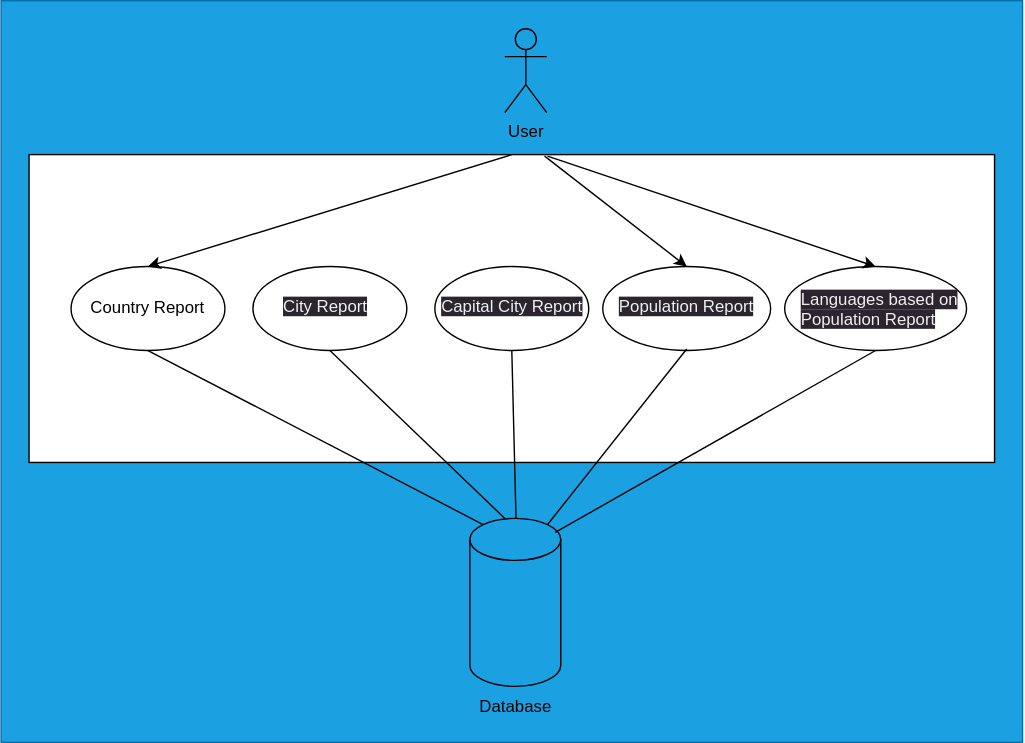
This is use-cases/use-case-diagram.svg from jamieyoung5/SWM-F, a draw.io export, as it was before one commit. Source tidied: cells renumbered, new cells last; positions are measured from the earlier drawing's top-left corner, leaving out a move shared by most shapes. The source it was exported from:
```xml
<mxGraphModel>
  <root>
    <mxCell id="0" />
    <mxCell id="1" parent="0" />
    <mxCell id="2" style="rounded=0;whiteSpace=wrap;html=1;fillColor=#1ba1e2;strokeColor=#006EAF;fontColor=#ffffff;" parent="1" vertex="1">
      <mxGeometry width="730" height="530" as="geometry" />
    </mxCell>
    <mxCell id="3" value="User" style="shape=umlActor;verticalLabelPosition=bottom;verticalAlign=top;html=1;fillColor=none;strokeColor=#000000;" parent="1" vertex="1">
      <mxGeometry x="360" y="20" width="30" height="60" as="geometry" />
    </mxCell>
    <mxCell id="4" style="edgeStyle=none;html=1;exitX=0.5;exitY=0;exitDx=0;exitDy=0;entryX=0.5;entryY=0;entryDx=0;entryDy=0;" parent="1" edge="1" source="6" target="9">
      <mxGeometry relative="1" as="geometry" />
    </mxCell>
    <mxCell id="5" style="edgeStyle=none;html=1;entryX=0.5;entryY=0;entryDx=0;entryDy=0;" parent="1" edge="1" target="10">
      <mxGeometry relative="1" as="geometry">
        <mxPoint x="365" y="110" as="sourcePoint" />
      </mxGeometry>
    </mxCell>
    <mxCell id="6" style="rounded=0;whiteSpace=wrap;html=1;" parent="1" vertex="1">
      <mxGeometry x="20" y="110" width="690" height="220" as="geometry" />
    </mxCell>
    <mxCell id="7" style="shape=cylinder3;whiteSpace=wrap;html=1;boundedLbl=1;backgroundOutline=1;size=15;fillColor=none;strokeColor=#000000;" parent="1" vertex="1">
      <mxGeometry x="335" y="370" width="65" height="120" as="geometry" />
    </mxCell>
    <mxCell id="8" style="ellipse;whiteSpace=wrap;html=1;fillColor=none;" parent="1" vertex="1">
      <mxGeometry x="50" y="190" width="110" height="60" as="geometry" />
    </mxCell>
    <mxCell id="9" style="ellipse;whiteSpace=wrap;html=1;fillColor=none;" parent="1" vertex="1">
      <mxGeometry x="180" y="190" width="110" height="60" as="geometry" />
    </mxCell>
    <mxCell id="10" style="ellipse;whiteSpace=wrap;html=1;fillColor=none;" parent="1" vertex="1">
      <mxGeometry x="310" y="190" width="110" height="60" as="geometry" />
    </mxCell>
    <mxCell id="11" style="ellipse;whiteSpace=wrap;html=1;fillColor=none;" parent="1" vertex="1">
      <mxGeometry x="430" y="190" width="120" height="60" as="geometry" />
    </mxCell>
    <mxCell id="12" style="ellipse;whiteSpace=wrap;html=1;fillColor=none;" parent="1" vertex="1">
      <mxGeometry x="560" y="190" width="130" height="60" as="geometry" />
    </mxCell>
    <mxCell id="13" style="endArrow=classic;html=1;entryX=0.5;entryY=0;entryDx=0;entryDy=0;exitX=0.5;exitY=0;exitDx=0;exitDy=0;" parent="1" edge="1" source="6" target="8">
      <mxGeometry relative="1" as="geometry" />
    </mxCell>
    <mxCell id="14" style="endArrow=classic;html=1;entryX=0.5;entryY=0;entryDx=0;entryDy=0;exitX=0.537;exitY=0.005;exitDx=0;exitDy=0;exitPerimeter=0;" parent="1" edge="1" source="6" target="12">
      <mxGeometry relative="1" as="geometry" />
    </mxCell>
    <mxCell id="15" style="endArrow=classic;html=1;entryX=0.5;entryY=0;entryDx=0;entryDy=0;exitX=0.534;exitY=0.005;exitDx=0;exitDy=0;exitPerimeter=0;" parent="1" edge="1" source="6" target="11">
      <mxGeometry relative="1" as="geometry" />
    </mxCell>
    <mxCell id="16" style="endArrow=none;html=1;entryX=0.5;entryY=1;entryDx=0;entryDy=0;exitX=0.145;exitY=0;exitDx=0;exitDy=4.35;exitPerimeter=0;" parent="1" edge="1" source="7" target="8">
      <mxGeometry relative="1" as="geometry" />
    </mxCell>
    <mxCell id="17" style="endArrow=none;html=1;entryX=0.5;entryY=1;entryDx=0;entryDy=0;" parent="1" edge="1" target="9">
      <mxGeometry relative="1" as="geometry">
        <mxPoint x="360" y="370" as="sourcePoint" />
      </mxGeometry>
    </mxCell>
    <mxCell id="18" style="endArrow=none;html=1;entryX=0.5;entryY=1;entryDx=0;entryDy=0;" parent="1" edge="1" target="10">
      <mxGeometry relative="1" as="geometry">
        <mxPoint x="368" y="370" as="sourcePoint" />
      </mxGeometry>
    </mxCell>
    <mxCell id="19" style="endArrow=none;html=1;entryX=0.5;entryY=1;entryDx=0;entryDy=0;exitX=0.855;exitY=0;exitDx=0;exitDy=4.35;exitPerimeter=0;" parent="1" edge="1" source="7">
      <mxGeometry relative="1" as="geometry">
        <mxPoint x="490" y="249" as="targetPoint" />
      </mxGeometry>
    </mxCell>
    <mxCell id="20" style="endArrow=none;html=1;entryX=0.5;entryY=1;entryDx=0;entryDy=0;" parent="1" edge="1" target="12">
      <mxGeometry relative="1" as="geometry">
        <mxPoint x="396" y="380" as="sourcePoint" />
      </mxGeometry>
    </mxCell>
    <mxCell id="21" value="Database" style="text;html=1;strokeColor=none;fillColor=none;align=center;verticalAlign=middle;whiteSpace=wrap;rounded=0;" parent="1" vertex="1">
      <mxGeometry x="337.5" y="490" width="60" height="30" as="geometry" />
    </mxCell>
    <mxCell id="22" value="Country Report" style="text;html=1;strokeColor=none;fillColor=none;align=center;verticalAlign=middle;whiteSpace=wrap;rounded=0;" parent="1" vertex="1">
      <mxGeometry x="50" y="205" width="110" height="30" as="geometry" />
    </mxCell>
    <mxCell id="23" value="&lt;span style=&quot;color: rgb(240, 240, 240); font-family: Helvetica; font-size: 12px; font-style: normal; font-variant-ligatures: normal; font-variant-caps: normal; font-weight: 400; letter-spacing: normal; orphans: 2; text-align: center; text-indent: 0px; text-transform: none; widows: 2; word-spacing: 0px; -webkit-text-stroke-width: 0px; background-color: rgb(42, 37, 47); text-decoration-thickness: initial; text-decoration-style: initial; text-decoration-color: initial; float: none; display: inline !important;&quot;&gt;City Report&lt;br&gt;&lt;br&gt;&lt;/span&gt;" style="text;whiteSpace=wrap;html=1;" parent="1" vertex="1">
      <mxGeometry x="200" y="205" width="110" height="40" as="geometry" />
    </mxCell>
    <mxCell id="24" value="&lt;span style=&quot;color: rgb(240, 240, 240); font-family: Helvetica; font-size: 12px; font-style: normal; font-variant-ligatures: normal; font-variant-caps: normal; font-weight: 400; letter-spacing: normal; orphans: 2; text-align: center; text-indent: 0px; text-transform: none; widows: 2; word-spacing: 0px; -webkit-text-stroke-width: 0px; background-color: rgb(42, 37, 47); text-decoration-thickness: initial; text-decoration-style: initial; text-decoration-color: initial; float: none; display: inline !important;&quot;&gt;Capital City Report&lt;/span&gt;" style="text;whiteSpace=wrap;html=1;" parent="1" vertex="1">
      <mxGeometry x="312.5" y="205" width="110" height="40" as="geometry" />
    </mxCell>
    <mxCell id="25" value="&lt;span style=&quot;color: rgb(240, 240, 240); font-family: Helvetica; font-size: 12px; font-style: normal; font-variant-ligatures: normal; font-variant-caps: normal; font-weight: 400; letter-spacing: normal; orphans: 2; text-align: center; text-indent: 0px; text-transform: none; widows: 2; word-spacing: 0px; -webkit-text-stroke-width: 0px; background-color: rgb(42, 37, 47); text-decoration-thickness: initial; text-decoration-style: initial; text-decoration-color: initial; float: none; display: inline !important;&quot;&gt;Population Report&lt;/span&gt;" style="text;whiteSpace=wrap;html=1;" parent="1" vertex="1">
      <mxGeometry x="440" y="205" width="130" height="40" as="geometry" />
    </mxCell>
    <mxCell id="26" value="&lt;span style=&quot;color: rgb(240, 240, 240); font-family: Helvetica; font-size: 12px; font-style: normal; font-variant-ligatures: normal; font-variant-caps: normal; font-weight: 400; letter-spacing: normal; orphans: 2; text-align: center; text-indent: 0px; text-transform: none; widows: 2; word-spacing: 0px; -webkit-text-stroke-width: 0px; background-color: rgb(42, 37, 47); text-decoration-thickness: initial; text-decoration-style: initial; text-decoration-color: initial; float: none; display: inline !important;&quot;&gt;Languages based on Population Report&lt;/span&gt;" style="text;whiteSpace=wrap;html=1;" parent="1" vertex="1">
      <mxGeometry x="570" y="200" width="130" height="40" as="geometry" />
    </mxCell>
  </root>
</mxGraphModel>
```
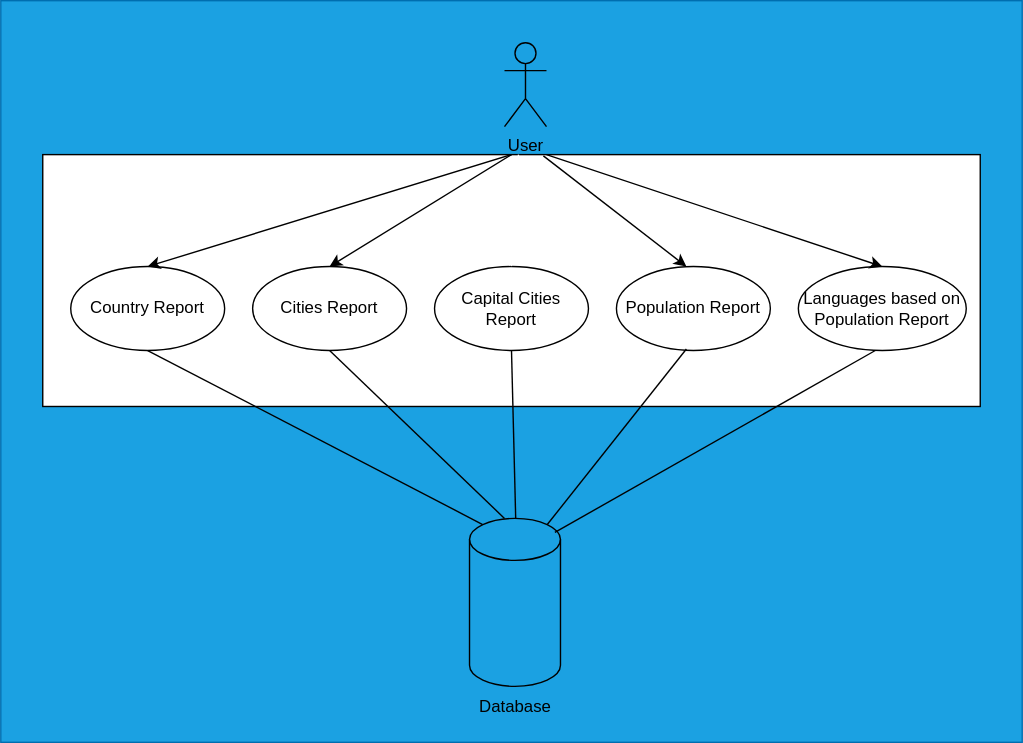
Above is the later version.

What changed in the source:
```diff
@@ -6,18 +6,18 @@
       <mxGeometry width="730" height="530" as="geometry" />
     </mxCell>
     <mxCell id="3" value="User" style="shape=umlActor;verticalLabelPosition=bottom;verticalAlign=top;html=1;fillColor=none;strokeColor=#000000;" parent="1" vertex="1">
-      <mxGeometry x="360" y="20" width="30" height="60" as="geometry" />
+      <mxGeometry x="360" y="30" width="30" height="60" as="geometry" />
     </mxCell>
-    <mxCell id="4" style="edgeStyle=none;html=1;exitX=0.5;exitY=0;exitDx=0;exitDy=0;entryX=0.5;entryY=0;entryDx=0;entryDy=0;" parent="1" edge="1" source="6" target="9">
-      <mxGeometry relative="1" as="geometry" />
+    <mxCell id="4" style="edgeStyle=none;html=1;exitX=0.5;exitY=0;exitDx=0;exitDy=0;entryX=0.5;entryY=0;entryDx=0;entryDy=0;" parent="1" edge="1" source="6">
+      <mxGeometry relative="1" as="geometry">
+        <mxPoint x="235" y="190" as="targetPoint" />
+      </mxGeometry>
     </mxCell>
-    <mxCell id="5" style="edgeStyle=none;html=1;entryX=0.5;entryY=0;entryDx=0;entryDy=0;" parent="1" edge="1" target="10">
-      <mxGeometry relative="1" as="geometry">
-        <mxPoint x="365" y="110" as="sourcePoint" />
-      </mxGeometry>
-    </mxCell>
+    <mxCell id="27" style="edgeStyle=none;html=1;exitX=0.5;exitY=0;exitDx=0;exitDy=0;entryX=0.5;entryY=0;entryDx=0;entryDy=0;" parent="1" edge="1" source="6" target="29">
+      <mxGeometry relative="1" as="geometry" />
+    </mxCell>
     <mxCell id="6" style="rounded=0;whiteSpace=wrap;html=1;" parent="1" vertex="1">
-      <mxGeometry x="20" y="110" width="690" height="220" as="geometry" />
+      <mxGeometry x="30" y="110" width="670" height="180" as="geometry" />
     </mxCell>
     <mxCell id="7" style="shape=cylinder3;whiteSpace=wrap;html=1;boundedLbl=1;backgroundOutline=1;size=15;fillColor=none;strokeColor=#000000;" parent="1" vertex="1">
       <mxGeometry x="335" y="370" width="65" height="120" as="geometry" />
@@ -25,38 +25,27 @@
     <mxCell id="8" style="ellipse;whiteSpace=wrap;html=1;fillColor=none;" parent="1" vertex="1">
       <mxGeometry x="50" y="190" width="110" height="60" as="geometry" />
     </mxCell>
-    <mxCell id="9" style="ellipse;whiteSpace=wrap;html=1;fillColor=none;" parent="1" vertex="1">
-      <mxGeometry x="180" y="190" width="110" height="60" as="geometry" />
-    </mxCell>
-    <mxCell id="10" style="ellipse;whiteSpace=wrap;html=1;fillColor=none;" parent="1" vertex="1">
-      <mxGeometry x="310" y="190" width="110" height="60" as="geometry" />
-    </mxCell>
-    <mxCell id="11" style="ellipse;whiteSpace=wrap;html=1;fillColor=none;" parent="1" vertex="1">
-      <mxGeometry x="430" y="190" width="120" height="60" as="geometry" />
-    </mxCell>
-    <mxCell id="12" style="ellipse;whiteSpace=wrap;html=1;fillColor=none;" parent="1" vertex="1">
-      <mxGeometry x="560" y="190" width="130" height="60" as="geometry" />
-    </mxCell>
     <mxCell id="13" style="endArrow=classic;html=1;entryX=0.5;entryY=0;entryDx=0;entryDy=0;exitX=0.5;exitY=0;exitDx=0;exitDy=0;" parent="1" edge="1" source="6" target="8">
       <mxGeometry relative="1" as="geometry" />
     </mxCell>
-    <mxCell id="14" style="endArrow=classic;html=1;entryX=0.5;entryY=0;entryDx=0;entryDy=0;exitX=0.537;exitY=0.005;exitDx=0;exitDy=0;exitPerimeter=0;" parent="1" edge="1" source="6" target="12">
-      <mxGeometry relative="1" as="geometry" />
-    </mxCell>
-    <mxCell id="15" style="endArrow=classic;html=1;entryX=0.5;entryY=0;entryDx=0;entryDy=0;exitX=0.534;exitY=0.005;exitDx=0;exitDy=0;exitPerimeter=0;" parent="1" edge="1" source="6" target="11">
-      <mxGeometry relative="1" as="geometry" />
+    <mxCell id="15" style="endArrow=classic;html=1;entryX=0.5;entryY=0;entryDx=0;entryDy=0;exitX=0.534;exitY=0.005;exitDx=0;exitDy=0;exitPerimeter=0;" parent="1" edge="1" source="6">
+      <mxGeometry relative="1" as="geometry">
+        <mxPoint x="490" y="190" as="targetPoint" />
+      </mxGeometry>
     </mxCell>
     <mxCell id="16" style="endArrow=none;html=1;entryX=0.5;entryY=1;entryDx=0;entryDy=0;exitX=0.145;exitY=0;exitDx=0;exitDy=4.35;exitPerimeter=0;" parent="1" edge="1" source="7" target="8">
       <mxGeometry relative="1" as="geometry" />
     </mxCell>
-    <mxCell id="17" style="endArrow=none;html=1;entryX=0.5;entryY=1;entryDx=0;entryDy=0;" parent="1" edge="1" target="9">
+    <mxCell id="17" style="endArrow=none;html=1;entryX=0.5;entryY=1;entryDx=0;entryDy=0;" parent="1" edge="1">
       <mxGeometry relative="1" as="geometry">
         <mxPoint x="360" y="370" as="sourcePoint" />
+        <mxPoint x="235" y="250" as="targetPoint" />
       </mxGeometry>
     </mxCell>
-    <mxCell id="18" style="endArrow=none;html=1;entryX=0.5;entryY=1;entryDx=0;entryDy=0;" parent="1" edge="1" target="10">
+    <mxCell id="18" style="endArrow=none;html=1;entryX=0.5;entryY=1;entryDx=0;entryDy=0;" parent="1" edge="1">
       <mxGeometry relative="1" as="geometry">
         <mxPoint x="368" y="370" as="sourcePoint" />
+        <mxPoint x="365" y="250" as="targetPoint" />
       </mxGeometry>
     </mxCell>
     <mxCell id="19" style="endArrow=none;html=1;entryX=0.5;entryY=1;entryDx=0;entryDy=0;exitX=0.855;exitY=0;exitDx=0;exitDy=4.35;exitPerimeter=0;" parent="1" edge="1" source="7">
@@ -64,9 +53,10 @@
         <mxPoint x="490" y="249" as="targetPoint" />
       </mxGeometry>
     </mxCell>
-    <mxCell id="20" style="endArrow=none;html=1;entryX=0.5;entryY=1;entryDx=0;entryDy=0;" parent="1" edge="1" target="12">
+    <mxCell id="20" style="endArrow=none;html=1;entryX=0.5;entryY=1;entryDx=0;entryDy=0;" parent="1" edge="1">
       <mxGeometry relative="1" as="geometry">
         <mxPoint x="396" y="380" as="sourcePoint" />
+        <mxPoint x="625" y="250" as="targetPoint" />
       </mxGeometry>
     </mxCell>
     <mxCell id="21" value="Database" style="text;html=1;strokeColor=none;fillColor=none;align=center;verticalAlign=middle;whiteSpace=wrap;rounded=0;" parent="1" vertex="1">
@@ -75,17 +65,30 @@
     <mxCell id="22" value="Country Report" style="text;html=1;strokeColor=none;fillColor=none;align=center;verticalAlign=middle;whiteSpace=wrap;rounded=0;" parent="1" vertex="1">
       <mxGeometry x="50" y="205" width="110" height="30" as="geometry" />
     </mxCell>
-    <mxCell id="23" value="&lt;span style=&quot;color: rgb(240, 240, 240); font-family: Helvetica; font-size: 12px; font-style: normal; font-variant-ligatures: normal; font-variant-caps: normal; font-weight: 400; letter-spacing: normal; orphans: 2; text-align: center; text-indent: 0px; text-transform: none; widows: 2; word-spacing: 0px; -webkit-text-stroke-width: 0px; background-color: rgb(42, 37, 47); text-decoration-thickness: initial; text-decoration-style: initial; text-decoration-color: initial; float: none; display: inline !important;&quot;&gt;City Report&lt;br&gt;&lt;br&gt;&lt;/span&gt;" style="text;whiteSpace=wrap;html=1;" parent="1" vertex="1">
-      <mxGeometry x="200" y="205" width="110" height="40" as="geometry" />
-    </mxCell>
-    <mxCell id="24" value="&lt;span style=&quot;color: rgb(240, 240, 240); font-family: Helvetica; font-size: 12px; font-style: normal; font-variant-ligatures: normal; font-variant-caps: normal; font-weight: 400; letter-spacing: normal; orphans: 2; text-align: center; text-indent: 0px; text-transform: none; widows: 2; word-spacing: 0px; -webkit-text-stroke-width: 0px; background-color: rgb(42, 37, 47); text-decoration-thickness: initial; text-decoration-style: initial; text-decoration-color: initial; float: none; display: inline !important;&quot;&gt;Capital City Report&lt;/span&gt;" style="text;whiteSpace=wrap;html=1;" parent="1" vertex="1">
-      <mxGeometry x="312.5" y="205" width="110" height="40" as="geometry" />
-    </mxCell>
+    <mxCell id="28" value="Capital Cities Report" style="ellipse;whiteSpace=wrap;html=1;fillColor=none;" parent="1" vertex="1">
+      <mxGeometry x="310" y="190" width="110" height="60" as="geometry" />
+    </mxCell>
+    <mxCell id="29" value="Cities Report" style="ellipse;whiteSpace=wrap;html=1;fillColor=none;" parent="1" vertex="1">
+      <mxGeometry x="180" y="190" width="110" height="60" as="geometry" />
+    </mxCell>
+    <mxCell id="26" value="Languages based on Population Report" style="ellipse;whiteSpace=wrap;html=1;fillColor=none;" parent="1" vertex="1">
+      <mxGeometry x="570" y="190" width="120" height="60" as="geometry" />
+    </mxCell>
+    <mxCell id="30" style="edgeStyle=none;html=1;exitX=0.5;exitY=0;exitDx=0;exitDy=0;entryX=0.5;entryY=0;entryDx=0;entryDy=0;" parent="1" edge="1" source="6" target="29">
+      <mxGeometry relative="1" as="geometry" />
+    </mxCell>
-    <mxCell id="25" value="&lt;span style=&quot;color: rgb(240, 240, 240); font-family: Helvetica; font-size: 12px; font-style: normal; font-variant-ligatures: normal; font-variant-caps: normal; font-weight: 400; letter-spacing: normal; orphans: 2; text-align: center; text-indent: 0px; text-transform: none; widows: 2; word-spacing: 0px; -webkit-text-stroke-width: 0px; background-color: rgb(42, 37, 47); text-decoration-thickness: initial; text-decoration-style: initial; text-decoration-color: initial; float: none; display: inline !important;&quot;&gt;Population Report&lt;/span&gt;" style="text;whiteSpace=wrap;html=1;" parent="1" vertex="1">
-      <mxGeometry x="440" y="205" width="130" height="40" as="geometry" />
+    <mxCell id="25" value="Population Report" style="ellipse;whiteSpace=wrap;html=1;fillColor=none;" parent="1" vertex="1">
+      <mxGeometry x="440" y="190" width="110" height="60" as="geometry" />
     </mxCell>
-    <mxCell id="26" value="&lt;span style=&quot;color: rgb(240, 240, 240); font-family: Helvetica; font-size: 12px; font-style: normal; font-variant-ligatures: normal; font-variant-caps: normal; font-weight: 400; letter-spacing: normal; orphans: 2; text-align: center; text-indent: 0px; text-transform: none; widows: 2; word-spacing: 0px; -webkit-text-stroke-width: 0px; background-color: rgb(42, 37, 47); text-decoration-thickness: initial; text-decoration-style: initial; text-decoration-color: initial; float: none; display: inline !important;&quot;&gt;Languages based on Population Report&lt;/span&gt;" style="text;whiteSpace=wrap;html=1;" parent="1" vertex="1">
-      <mxGeometry x="570" y="200" width="130" height="40" as="geometry" />
-    </mxCell>
+    <mxCell id="31" style="endArrow=classic;html=1;strokeColor=#FFFFFF;entryX=0.5;entryY=0;entryDx=0;entryDy=0;" parent="1" edge="1" target="28">
+      <mxGeometry relative="1" as="geometry">
+        <mxPoint x="370" y="110" as="sourcePoint" />
+      </mxGeometry>
+    </mxCell>
+    <mxCell id="32" style="endArrow=classic;html=1;entryX=0.5;entryY=0;entryDx=0;entryDy=0;" parent="1" edge="1" target="26">
+      <mxGeometry relative="1" as="geometry">
+        <mxPoint x="390" y="110" as="sourcePoint" />
+      </mxGeometry>
+    </mxCell>
   </root>
 </mxGraphModel>
```
